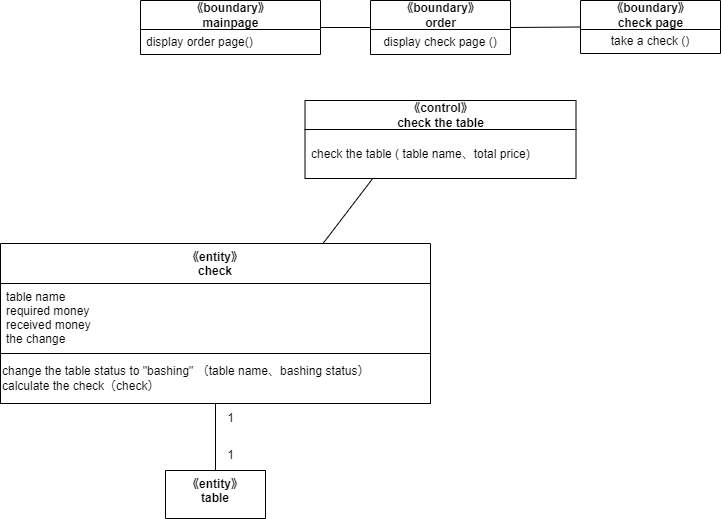
MasakiHiguchi/--- keeps this draw.io diagram as psp4/設計モデルのクラス/設計モデルクラス図_会計.drawio.png. Above is the earlier version. Source tidied: cells renumbered, new cells last; positions are measured from the earlier drawing's top-left corner, leaving out a move shared by most shapes.
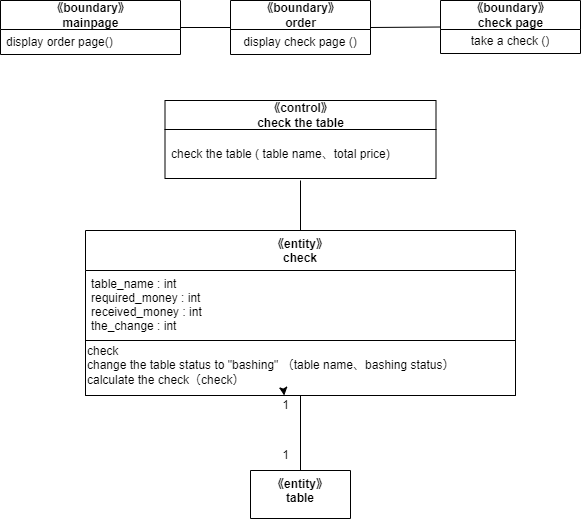
The same diagram one commit later.

Change to the diagram source:
```diff
@@ -26,20 +26,22 @@
     <mxCell id="9" value="check the table ( table name、total price)&amp;nbsp;&amp;nbsp;" style="text;html=1;strokeColor=none;fillColor=none;align=left;verticalAlign=middle;spacingLeft=4;spacingRight=4;overflow=hidden;" parent="8" vertex="1">
       <mxGeometry y="29" width="271" height="49" as="geometry" />
     </mxCell>
-    <mxCell id="10" style="edgeStyle=none;html=1;exitX=0.75;exitY=0;exitDx=0;exitDy=0;entryX=0.25;entryY=1;entryDx=0;entryDy=0;endArrow=none;endFill=0;" parent="1" edge="1" source="11" target="8">
-      <mxGeometry relative="1" as="geometry" />
+    <mxCell id="10" style="edgeStyle=none;html=1;exitX=0.5;exitY=0;exitDx=0;exitDy=0;endArrow=none;endFill=0;" parent="1" edge="1" source="11">
+      <mxGeometry relative="1" as="geometry">
+        <mxPoint x="440" y="180" as="targetPoint" />
+      </mxGeometry>
     </mxCell>
     <mxCell id="11" value="《entity》&#10;check" style="swimlane;fontStyle=1;align=center;verticalAlign=top;horizontal=1;startSize=40;" parent="1" vertex="1">
-      <mxGeometry y="243" width="430" height="160" as="geometry" />
+      <mxGeometry x="225" y="230" width="430" height="165" as="geometry" />
     </mxCell>
-    <mxCell id="12" value="table name&#10;required money&#10;received money&#10;the change" style="text;strokeColor=none;fillColor=none;align=left;verticalAlign=top;spacingLeft=4;spacingRight=4;overflow=hidden;" parent="11" vertex="1">
+    <mxCell id="12" value="table_name : int&#10;required_money : int&#10;received_money : int&#10;the_change : int" style="text;strokeColor=none;fillColor=none;align=left;verticalAlign=top;spacingLeft=4;spacingRight=4;overflow=hidden;" parent="11" vertex="1">
       <mxGeometry y="40" width="430" height="70" as="geometry" />
     </mxCell>
     <mxCell id="13" style="swimlane;startSize=0;" parent="11" vertex="1">
-      <mxGeometry y="110" width="430" height="50" as="geometry" />
+      <mxGeometry y="110" width="430" height="55" as="geometry" />
     </mxCell>
-    <mxCell id="14" value="change the table status to &quot;bashing&quot; （table name、bashing status）&lt;br&gt;calculate the check（check）" style="text;html=1;align=left;verticalAlign=middle;points=[];strokeColor=none;fillColor=none;" parent="13" vertex="1">
-      <mxGeometry y="5" width="390" height="40" as="geometry" />
+    <mxCell id="14" value="check&lt;br&gt;change the table status to &quot;bashing&quot; （table name、bashing status）&lt;br&gt;calculate the check（check）" style="text;html=1;align=left;verticalAlign=middle;points=[];strokeColor=none;fillColor=none;" parent="13" vertex="1">
+      <mxGeometry y="-5" width="390" height="60" as="geometry" />
     </mxCell>
     <mxCell id="15" value="《boundary》&lt;br&gt;check page" style="swimlane;fontStyle=1;align=center;verticalAlign=middle;horizontal=1;startSize=29;html=1;" parent="1" vertex="1">
       <mxGeometry x="580" width="140" height="53" as="geometry" />
@@ -51,13 +53,16 @@
       <mxGeometry relative="1" as="geometry" />
     </mxCell>
     <mxCell id="18" value="《entity》&#10;table" style="swimlane;fontStyle=1;align=center;verticalAlign=top;horizontal=1;startSize=48;" parent="1" vertex="1">
-      <mxGeometry x="165" y="470" width="100" height="48" as="geometry" />
+      <mxGeometry x="390" y="470" width="100" height="48" as="geometry" />
     </mxCell>
     <mxCell id="19" value="1" style="text;html=1;align=center;verticalAlign=middle;strokeColor=none;fillColor=none;" parent="1" vertex="1">
-      <mxGeometry x="215" y="440" width="30" height="30" as="geometry" />
+      <mxGeometry x="410" y="440" width="30" height="30" as="geometry" />
     </mxCell>
+    <mxCell id="21" style="edgeStyle=none;html=1;" parent="1" edge="1" source="20" target="14">
+      <mxGeometry relative="1" as="geometry" />
+    </mxCell>
     <mxCell id="20" value="1" style="text;html=1;align=center;verticalAlign=middle;points=[];strokeColor=none;fillColor=none;" parent="1" vertex="1">
-      <mxGeometry x="215" y="403" width="30" height="30" as="geometry" />
+      <mxGeometry x="410" y="390" width="30" height="30" as="geometry" />
     </mxCell>
   </root>
 </mxGraphModel>
```
